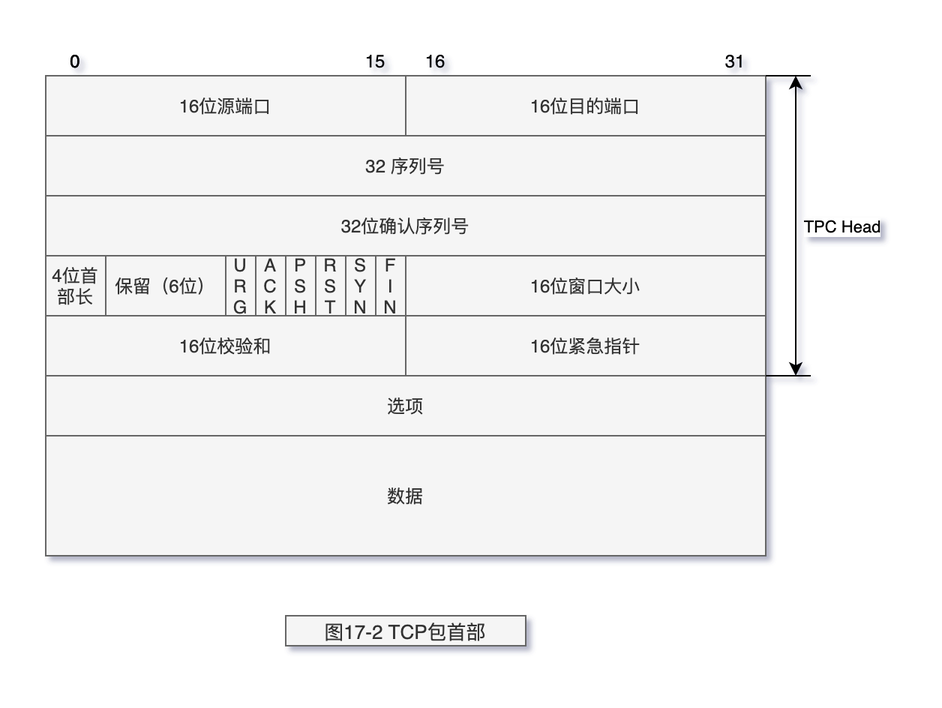
Earlier version of the draw.io export dubbo/images/TCP-IP-17-2.png (web1992/read). Source tidied: cells renumbered, new cells last; positions are measured from the earlier drawing's top-left corner, leaving out a move shared by most shapes. The source it was exported from:
```xml
<mxGraphModel>
  <root>
    <mxCell id="0" />
    <mxCell id="1" parent="0" />
    <mxCell id="2" style="rounded=0;whiteSpace=wrap;html=1;fillColor=#f5f5f5;strokeColor=#666666;fontColor=#333333;" parent="1" vertex="1">
      <mxGeometry y="20" width="240" height="40" as="geometry" />
    </mxCell>
    <mxCell id="3" value="16位目的端口" style="rounded=0;whiteSpace=wrap;html=1;fillColor=#f5f5f5;strokeColor=#666666;fontColor=#333333;" parent="1" vertex="1">
      <mxGeometry x="240" y="20" width="240" height="40" as="geometry" />
    </mxCell>
    <mxCell id="4" value="32 序列号" style="rounded=0;whiteSpace=wrap;html=1;fillColor=#f5f5f5;strokeColor=#666666;fontColor=#333333;" parent="1" vertex="1">
      <mxGeometry y="60" width="480" height="40" as="geometry" />
    </mxCell>
    <mxCell id="5" value="32位确认序列号" style="rounded=0;whiteSpace=wrap;html=1;fillColor=#f5f5f5;strokeColor=#666666;fontColor=#333333;" parent="1" vertex="1">
      <mxGeometry y="100" width="480" height="40" as="geometry" />
    </mxCell>
    <mxCell id="6" value="4位首部长" style="rounded=0;whiteSpace=wrap;html=1;fillColor=#f5f5f5;strokeColor=#666666;fontColor=#333333;" parent="1" vertex="1">
      <mxGeometry y="140" width="40" height="40" as="geometry" />
    </mxCell>
    <mxCell id="7" value="保留（6位）" style="rounded=0;whiteSpace=wrap;html=1;fillColor=#f5f5f5;strokeColor=#666666;fontColor=#333333;" parent="1" vertex="1">
      <mxGeometry x="40" y="140" width="80" height="40" as="geometry" />
    </mxCell>
    <mxCell id="8" value="U&lt;br&gt;R&lt;br&gt;G" style="rounded=0;whiteSpace=wrap;html=1;fillColor=#f5f5f5;strokeColor=#666666;fontColor=#333333;" parent="1" vertex="1">
      <mxGeometry x="120" y="140" width="20" height="40" as="geometry" />
    </mxCell>
    <mxCell id="9" value="A&lt;br&gt;C&lt;br&gt;K" style="rounded=0;whiteSpace=wrap;html=1;fillColor=#f5f5f5;strokeColor=#666666;fontColor=#333333;" parent="1" vertex="1">
      <mxGeometry x="140" y="140" width="20" height="40" as="geometry" />
    </mxCell>
    <mxCell id="10" value="P&lt;br&gt;S&lt;br&gt;H" style="rounded=0;whiteSpace=wrap;html=1;fillColor=#f5f5f5;strokeColor=#666666;fontColor=#333333;" parent="1" vertex="1">
      <mxGeometry x="160" y="140" width="20" height="40" as="geometry" />
    </mxCell>
    <mxCell id="11" value="R&lt;br&gt;S&lt;br&gt;T" style="rounded=0;whiteSpace=wrap;html=1;fillColor=#f5f5f5;strokeColor=#666666;fontColor=#333333;" parent="1" vertex="1">
      <mxGeometry x="180" y="140" width="20" height="40" as="geometry" />
    </mxCell>
    <mxCell id="12" value="S&lt;br&gt;Y&lt;br&gt;N" style="rounded=0;whiteSpace=wrap;html=1;fillColor=#f5f5f5;strokeColor=#666666;fontColor=#333333;" parent="1" vertex="1">
      <mxGeometry x="200" y="140" width="20" height="40" as="geometry" />
    </mxCell>
    <mxCell id="13" value="F&lt;br&gt;I&lt;br&gt;N" style="rounded=0;whiteSpace=wrap;html=1;fillColor=#f5f5f5;strokeColor=#666666;fontColor=#333333;" parent="1" vertex="1">
      <mxGeometry x="220" y="140" width="20" height="40" as="geometry" />
    </mxCell>
    <mxCell id="14" value="16位源端口" style="rounded=0;whiteSpace=wrap;html=1;fillColor=#f5f5f5;strokeColor=#666666;fontColor=#333333;" parent="1" vertex="1">
      <mxGeometry y="20" width="240" height="40" as="geometry" />
    </mxCell>
    <mxCell id="15" value="16位窗口大小" style="rounded=0;whiteSpace=wrap;html=1;fillColor=#f5f5f5;strokeColor=#666666;fontColor=#333333;" parent="1" vertex="1">
      <mxGeometry x="240" y="140" width="240" height="40" as="geometry" />
    </mxCell>
    <mxCell id="16" value="16位校验和" style="rounded=0;whiteSpace=wrap;html=1;fillColor=#f5f5f5;strokeColor=#666666;fontColor=#333333;" parent="1" vertex="1">
      <mxGeometry y="180" width="240" height="40" as="geometry" />
    </mxCell>
    <mxCell id="17" value="16位紧急指针" style="rounded=0;whiteSpace=wrap;html=1;fillColor=#f5f5f5;strokeColor=#666666;fontColor=#333333;" parent="1" vertex="1">
      <mxGeometry x="240" y="180" width="240" height="40" as="geometry" />
    </mxCell>
    <mxCell id="18" value="选项" style="rounded=0;whiteSpace=wrap;html=1;fillColor=#f5f5f5;strokeColor=#666666;fontColor=#333333;" parent="1" vertex="1">
      <mxGeometry y="220" width="480" height="40" as="geometry" />
    </mxCell>
    <mxCell id="19" value="数据" style="rounded=0;whiteSpace=wrap;html=1;fillColor=#f5f5f5;strokeColor=#666666;fontColor=#333333;" parent="1" vertex="1">
      <mxGeometry y="260" width="480" height="80" as="geometry" />
    </mxCell>
    <mxCell id="20" value="0" style="text;html=1;strokeColor=none;fillColor=none;align=center;verticalAlign=middle;whiteSpace=wrap;rounded=0;" parent="1" vertex="1">
      <mxGeometry width="40" height="20" as="geometry" />
    </mxCell>
    <mxCell id="21" value="0" style="text;html=1;strokeColor=none;fillColor=none;align=center;verticalAlign=middle;whiteSpace=wrap;rounded=0;" parent="1" vertex="1">
      <mxGeometry width="40" height="20" as="geometry" />
    </mxCell>
    <mxCell id="22" value="15" style="text;html=1;strokeColor=none;fillColor=none;align=center;verticalAlign=middle;whiteSpace=wrap;rounded=0;" parent="1" vertex="1">
      <mxGeometry x="200" width="40" height="20" as="geometry" />
    </mxCell>
    <mxCell id="23" value="16" style="text;html=1;strokeColor=none;fillColor=none;align=center;verticalAlign=middle;whiteSpace=wrap;rounded=0;" parent="1" vertex="1">
      <mxGeometry x="240" width="40" height="20" as="geometry" />
    </mxCell>
    <mxCell id="24" value="31" style="text;html=1;strokeColor=none;fillColor=none;align=center;verticalAlign=middle;whiteSpace=wrap;rounded=0;" parent="1" vertex="1">
      <mxGeometry x="440" width="40" height="20" as="geometry" />
    </mxCell>
    <mxCell id="25" style="endArrow=none;html=1;" parent="1" edge="1">
      <mxGeometry relative="1" as="geometry">
        <mxPoint x="480" y="20" as="sourcePoint" />
        <mxPoint x="510" y="20" as="targetPoint" />
      </mxGeometry>
    </mxCell>
    <mxCell id="26" style="endArrow=none;html=1;" parent="1" edge="1">
      <mxGeometry relative="1" as="geometry">
        <mxPoint x="480" y="220" as="sourcePoint" />
        <mxPoint x="510" y="220" as="targetPoint" />
      </mxGeometry>
    </mxCell>
    <mxCell id="27" style="endArrow=classic;startArrow=classic;html=1;" parent="1" edge="1">
      <mxGeometry relative="1" as="geometry">
        <mxPoint x="500" y="220" as="sourcePoint" />
        <mxPoint x="500" y="20" as="targetPoint" />
      </mxGeometry>
    </mxCell>
    <mxCell id="28" value="TPC Head" style="edgeLabel;html=1;align=center;verticalAlign=middle;" parent="27" vertex="1">
      <mxGeometry x="0.01" y="-4" relative="1" as="geometry">
        <mxPoint x="26" y="1" as="offset" />
      </mxGeometry>
    </mxCell>
    <mxCell id="29" value="&lt;p class=&quot;p1&quot; style=&quot;margin: 0px ; font-stretch: normal ; font-size: 13px ; line-height: normal&quot;&gt;&lt;span class=&quot;s1&quot; style=&quot;font-stretch: normal ; line-height: normal ; font-size: 13px&quot;&gt;图&lt;/span&gt;17-2 TCP&lt;span class=&quot;s1&quot; style=&quot;font-stretch: normal ; line-height: normal ; font-size: 13px&quot;&gt;包首部&lt;/span&gt;&lt;/p&gt;" style="text;html=1;strokeColor=#666666;fillColor=#f5f5f5;align=center;verticalAlign=middle;whiteSpace=wrap;rounded=0;labelBackgroundColor=none;fontSize=13;fontColor=#333333;" parent="1" vertex="1">
      <mxGeometry x="160" y="380" width="160" height="20" as="geometry" />
    </mxCell>
  </root>
</mxGraphModel>
```
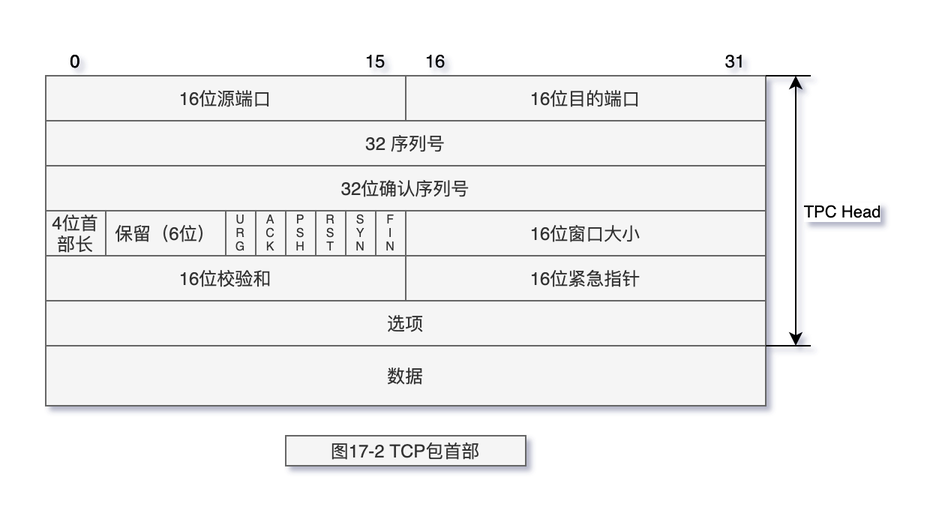
The same file after the commit.

Diff of the diagram source:
```diff
@@ -2,59 +2,56 @@
   <root>
     <mxCell id="0" />
     <mxCell id="1" parent="0" />
-    <mxCell id="2" style="rounded=0;whiteSpace=wrap;html=1;fillColor=#f5f5f5;strokeColor=#666666;fontColor=#333333;" parent="1" vertex="1">
-      <mxGeometry y="20" width="240" height="40" as="geometry" />
-    </mxCell>
     <mxCell id="3" value="16位目的端口" style="rounded=0;whiteSpace=wrap;html=1;fillColor=#f5f5f5;strokeColor=#666666;fontColor=#333333;" parent="1" vertex="1">
-      <mxGeometry x="240" y="20" width="240" height="40" as="geometry" />
+      <mxGeometry x="240" y="20" width="240" height="30" as="geometry" />
     </mxCell>
     <mxCell id="4" value="32 序列号" style="rounded=0;whiteSpace=wrap;html=1;fillColor=#f5f5f5;strokeColor=#666666;fontColor=#333333;" parent="1" vertex="1">
-      <mxGeometry y="60" width="480" height="40" as="geometry" />
+      <mxGeometry y="50" width="480" height="30" as="geometry" />
     </mxCell>
     <mxCell id="5" value="32位确认序列号" style="rounded=0;whiteSpace=wrap;html=1;fillColor=#f5f5f5;strokeColor=#666666;fontColor=#333333;" parent="1" vertex="1">
-      <mxGeometry y="100" width="480" height="40" as="geometry" />
+      <mxGeometry y="80" width="480" height="30" as="geometry" />
     </mxCell>
     <mxCell id="6" value="4位首部长" style="rounded=0;whiteSpace=wrap;html=1;fillColor=#f5f5f5;strokeColor=#666666;fontColor=#333333;" parent="1" vertex="1">
-      <mxGeometry y="140" width="40" height="40" as="geometry" />
+      <mxGeometry y="110" width="40" height="30" as="geometry" />
     </mxCell>
     <mxCell id="7" value="保留（6位）" style="rounded=0;whiteSpace=wrap;html=1;fillColor=#f5f5f5;strokeColor=#666666;fontColor=#333333;" parent="1" vertex="1">
-      <mxGeometry x="40" y="140" width="80" height="40" as="geometry" />
+      <mxGeometry x="40" y="110" width="80" height="30" as="geometry" />
     </mxCell>
-    <mxCell id="8" value="U&lt;br&gt;R&lt;br&gt;G" style="rounded=0;whiteSpace=wrap;html=1;fillColor=#f5f5f5;strokeColor=#666666;fontColor=#333333;" parent="1" vertex="1">
-      <mxGeometry x="120" y="140" width="20" height="40" as="geometry" />
+    <mxCell id="8" value="U&lt;br style=&quot;font-size: 8px;&quot;&gt;R&lt;br style=&quot;font-size: 8px;&quot;&gt;G" style="rounded=0;whiteSpace=wrap;html=1;fillColor=#f5f5f5;strokeColor=#666666;fontColor=#333333;fontSize=8;" parent="1" vertex="1">
+      <mxGeometry x="120" y="110" width="20" height="30" as="geometry" />
     </mxCell>
-    <mxCell id="9" value="A&lt;br&gt;C&lt;br&gt;K" style="rounded=0;whiteSpace=wrap;html=1;fillColor=#f5f5f5;strokeColor=#666666;fontColor=#333333;" parent="1" vertex="1">
-      <mxGeometry x="140" y="140" width="20" height="40" as="geometry" />
+    <mxCell id="9" value="A&lt;br style=&quot;font-size: 8px;&quot;&gt;C&lt;br style=&quot;font-size: 8px;&quot;&gt;K" style="rounded=0;whiteSpace=wrap;html=1;fillColor=#f5f5f5;strokeColor=#666666;fontColor=#333333;fontSize=8;" parent="1" vertex="1">
+      <mxGeometry x="140" y="110" width="20" height="30" as="geometry" />
     </mxCell>
-    <mxCell id="10" value="P&lt;br&gt;S&lt;br&gt;H" style="rounded=0;whiteSpace=wrap;html=1;fillColor=#f5f5f5;strokeColor=#666666;fontColor=#333333;" parent="1" vertex="1">
-      <mxGeometry x="160" y="140" width="20" height="40" as="geometry" />
+    <mxCell id="10" value="P&lt;br style=&quot;font-size: 8px;&quot;&gt;S&lt;br style=&quot;font-size: 8px;&quot;&gt;H" style="rounded=0;whiteSpace=wrap;html=1;fillColor=#f5f5f5;strokeColor=#666666;fontColor=#333333;fontSize=8;" parent="1" vertex="1">
+      <mxGeometry x="160" y="110" width="20" height="30" as="geometry" />
     </mxCell>
-    <mxCell id="11" value="R&lt;br&gt;S&lt;br&gt;T" style="rounded=0;whiteSpace=wrap;html=1;fillColor=#f5f5f5;strokeColor=#666666;fontColor=#333333;" parent="1" vertex="1">
-      <mxGeometry x="180" y="140" width="20" height="40" as="geometry" />
+    <mxCell id="11" value="R&lt;br style=&quot;font-size: 8px;&quot;&gt;S&lt;br style=&quot;font-size: 8px;&quot;&gt;T" style="rounded=0;whiteSpace=wrap;html=1;fillColor=#f5f5f5;strokeColor=#666666;fontColor=#333333;fontSize=8;" parent="1" vertex="1">
+      <mxGeometry x="180" y="110" width="20" height="30" as="geometry" />
     </mxCell>
-    <mxCell id="12" value="S&lt;br&gt;Y&lt;br&gt;N" style="rounded=0;whiteSpace=wrap;html=1;fillColor=#f5f5f5;strokeColor=#666666;fontColor=#333333;" parent="1" vertex="1">
-      <mxGeometry x="200" y="140" width="20" height="40" as="geometry" />
+    <mxCell id="12" value="S&lt;br style=&quot;font-size: 8px;&quot;&gt;Y&lt;br style=&quot;font-size: 8px;&quot;&gt;N" style="rounded=0;whiteSpace=wrap;html=1;fillColor=#f5f5f5;strokeColor=#666666;fontColor=#333333;fontSize=8;" parent="1" vertex="1">
+      <mxGeometry x="200" y="110" width="20" height="30" as="geometry" />
     </mxCell>
-    <mxCell id="13" value="F&lt;br&gt;I&lt;br&gt;N" style="rounded=0;whiteSpace=wrap;html=1;fillColor=#f5f5f5;strokeColor=#666666;fontColor=#333333;" parent="1" vertex="1">
-      <mxGeometry x="220" y="140" width="20" height="40" as="geometry" />
+    <mxCell id="13" value="F&lt;br style=&quot;font-size: 8px;&quot;&gt;I&lt;br style=&quot;font-size: 8px;&quot;&gt;N" style="rounded=0;whiteSpace=wrap;html=1;fillColor=#f5f5f5;strokeColor=#666666;fontColor=#333333;fontSize=8;" parent="1" vertex="1">
+      <mxGeometry x="220" y="110" width="20" height="30" as="geometry" />
     </mxCell>
     <mxCell id="14" value="16位源端口" style="rounded=0;whiteSpace=wrap;html=1;fillColor=#f5f5f5;strokeColor=#666666;fontColor=#333333;" parent="1" vertex="1">
-      <mxGeometry y="20" width="240" height="40" as="geometry" />
+      <mxGeometry y="20" width="240" height="30" as="geometry" />
     </mxCell>
     <mxCell id="15" value="16位窗口大小" style="rounded=0;whiteSpace=wrap;html=1;fillColor=#f5f5f5;strokeColor=#666666;fontColor=#333333;" parent="1" vertex="1">
-      <mxGeometry x="240" y="140" width="240" height="40" as="geometry" />
+      <mxGeometry x="240" y="110" width="240" height="30" as="geometry" />
     </mxCell>
     <mxCell id="16" value="16位校验和" style="rounded=0;whiteSpace=wrap;html=1;fillColor=#f5f5f5;strokeColor=#666666;fontColor=#333333;" parent="1" vertex="1">
-      <mxGeometry y="180" width="240" height="40" as="geometry" />
+      <mxGeometry y="140" width="240" height="30" as="geometry" />
     </mxCell>
     <mxCell id="17" value="16位紧急指针" style="rounded=0;whiteSpace=wrap;html=1;fillColor=#f5f5f5;strokeColor=#666666;fontColor=#333333;" parent="1" vertex="1">
-      <mxGeometry x="240" y="180" width="240" height="40" as="geometry" />
+      <mxGeometry x="240" y="140" width="240" height="30" as="geometry" />
     </mxCell>
     <mxCell id="18" value="选项" style="rounded=0;whiteSpace=wrap;html=1;fillColor=#f5f5f5;strokeColor=#666666;fontColor=#333333;" parent="1" vertex="1">
-      <mxGeometry y="220" width="480" height="40" as="geometry" />
+      <mxGeometry y="170" width="480" height="30" as="geometry" />
     </mxCell>
     <mxCell id="19" value="数据" style="rounded=0;whiteSpace=wrap;html=1;fillColor=#f5f5f5;strokeColor=#666666;fontColor=#333333;" parent="1" vertex="1">
-      <mxGeometry y="260" width="480" height="80" as="geometry" />
+      <mxGeometry y="200" width="480" height="40" as="geometry" />
     </mxCell>
     <mxCell id="20" value="0" style="text;html=1;strokeColor=none;fillColor=none;align=center;verticalAlign=middle;whiteSpace=wrap;rounded=0;" parent="1" vertex="1">
       <mxGeometry width="40" height="20" as="geometry" />
@@ -79,13 +76,13 @@
     </mxCell>
     <mxCell id="26" style="endArrow=none;html=1;" parent="1" edge="1">
       <mxGeometry relative="1" as="geometry">
-        <mxPoint x="480" y="220" as="sourcePoint" />
-        <mxPoint x="510" y="220" as="targetPoint" />
+        <mxPoint x="480" y="200" as="sourcePoint" />
+        <mxPoint x="510" y="200" as="targetPoint" />
       </mxGeometry>
     </mxCell>
     <mxCell id="27" style="endArrow=classic;startArrow=classic;html=1;" parent="1" edge="1">
       <mxGeometry relative="1" as="geometry">
-        <mxPoint x="500" y="220" as="sourcePoint" />
+        <mxPoint x="500" y="200" as="sourcePoint" />
         <mxPoint x="500" y="20" as="targetPoint" />
       </mxGeometry>
     </mxCell>
@@ -94,8 +91,8 @@
         <mxPoint x="26" y="1" as="offset" />
       </mxGeometry>
     </mxCell>
-    <mxCell id="29" value="&lt;p class=&quot;p1&quot; style=&quot;margin: 0px ; font-stretch: normal ; font-size: 13px ; line-height: normal&quot;&gt;&lt;span class=&quot;s1&quot; style=&quot;font-stretch: normal ; line-height: normal ; font-size: 13px&quot;&gt;图&lt;/span&gt;17-2 TCP&lt;span class=&quot;s1&quot; style=&quot;font-stretch: normal ; line-height: normal ; font-size: 13px&quot;&gt;包首部&lt;/span&gt;&lt;/p&gt;" style="text;html=1;strokeColor=#666666;fillColor=#f5f5f5;align=center;verticalAlign=middle;whiteSpace=wrap;rounded=0;labelBackgroundColor=none;fontSize=13;fontColor=#333333;" parent="1" vertex="1">
-      <mxGeometry x="160" y="380" width="160" height="20" as="geometry" />
+    <mxCell id="29" value="&lt;p class=&quot;p1&quot; style=&quot;margin: 0px ; font-stretch: normal ; font-size: 12px ; line-height: normal&quot;&gt;&lt;span class=&quot;s1&quot; style=&quot;font-stretch: normal ; line-height: normal&quot;&gt;图&lt;/span&gt;17-2 TCP&lt;span class=&quot;s1&quot; style=&quot;font-stretch: normal ; line-height: normal&quot;&gt;包首部&lt;/span&gt;&lt;/p&gt;" style="text;html=1;strokeColor=#666666;fillColor=#f5f5f5;align=center;verticalAlign=middle;whiteSpace=wrap;rounded=0;labelBackgroundColor=none;fontSize=13;fontColor=#333333;" parent="1" vertex="1">
+      <mxGeometry x="160" y="260" width="160" height="20" as="geometry" />
     </mxCell>
   </root>
 </mxGraphModel>
```
